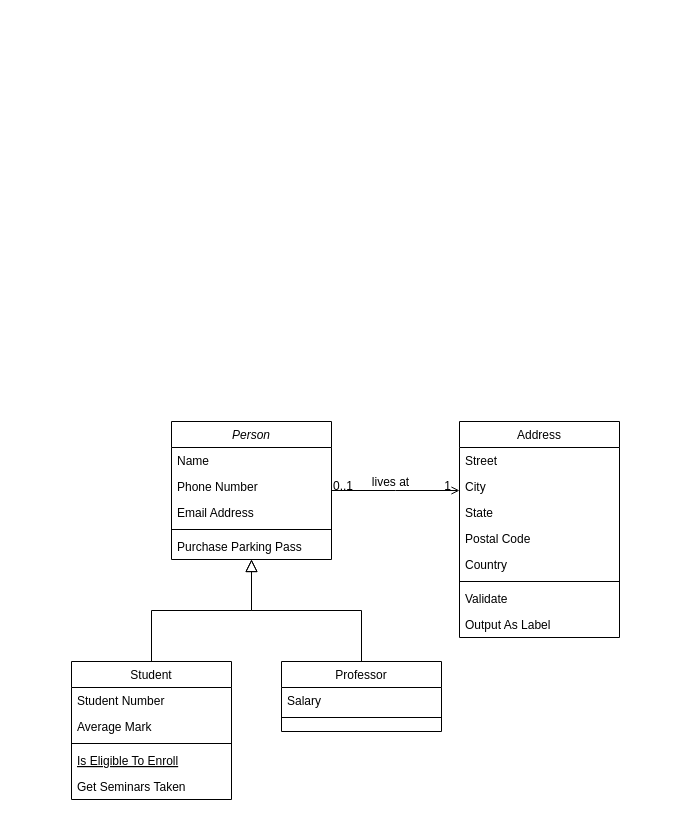
Linda0Sousa/RightTime keeps this draw.io diagram as ClassDiagram.drawio. Above is the earlier version. Source tidied: cells renumbered, new cells numbered last; positions are measured from the earlier drawing's top-left corner, leaving out a move shared by most shapes. Both pictures are drawn from the tidied source at 100%, with x=0, y=0 at pixel (71, 421).
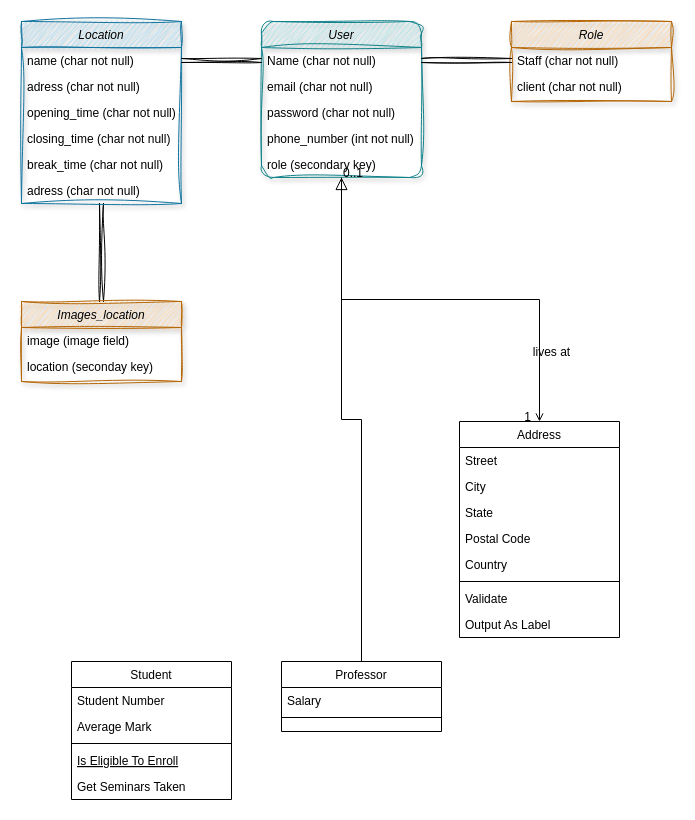
The same page after the edit.

The change refers to these unchanged cells:
```xml
<mxCell id="8" value="Student" style="swimlane;fontStyle=0;align=center;verticalAlign=top;horizontal=1;startSize=26;rounded=0;shadow=0;strokeWidth=1;" parent="1" vertex="1">
  <mxGeometry y="240" width="160" height="138" as="geometry" />
</mxCell>
```

Change to the diagram source:
```diff
@@
-    <mxCell id="2" value="Person" style="swimlane;fontStyle=2;align=center;verticalAlign=top;horizontal=1;startSize=26;rounded=0;shadow=0;strokeWidth=1;" parent="1" vertex="1">
-      <mxGeometry x="100" width="160" height="138" as="geometry" />
+    <mxCell id="2" value="User" style="swimlane;fontStyle=2;align=center;verticalAlign=top;horizontal=1;startSize=26;rounded=1;shadow=1;strokeWidth=1;fillColor=#b0e3e6;strokeColor=#0e8088;gradientColor=none;fillStyle=zigzag;sketch=1;curveFitting=1;jiggle=2;glass=0;" parent="1" vertex="1">
+      <mxGeometry x="190" y="-400" width="160" height="156" as="geometry" />
     </mxCell>
-    <mxCell id="3" value="Name" style="text;align=left;verticalAlign=top;spacingLeft=4;spacingRight=4;overflow=hidden;points=[[0,0.5],[1,0.5]];portConstraint=eastwest;" parent="2" vertex="1">
+    <mxCell id="3" value="Name (char not null)" style="text;align=left;verticalAlign=top;spacingLeft=4;spacingRight=4;overflow=hidden;points=[[0,0.5],[1,0.5]];portConstraint=eastwest;" parent="2" vertex="1">
       <mxGeometry y="26" width="160" height="26" as="geometry" />
     </mxCell>
-    <mxCell id="4" value="Phone Number" style="text;align=left;verticalAlign=top;spacingLeft=4;spacingRight=4;overflow=hidden;rounded=0;shadow=0;html=0;" parent="2" vertex="1">
+    <mxCell id="4" value="email (char not null)" style="text;align=left;verticalAlign=top;spacingLeft=4;spacingRight=4;overflow=hidden;rounded=0;shadow=0;html=0;" parent="2" vertex="1">
       <mxGeometry y="52" width="160" height="26" as="geometry" />
     </mxCell>
-    <mxCell id="5" value="Email Address" style="text;align=left;verticalAlign=top;spacingLeft=4;spacingRight=4;overflow=hidden;rounded=0;shadow=0;html=0;" parent="2" vertex="1">
+    <mxCell id="5" value="password (char not null)" style="text;align=left;verticalAlign=top;spacingLeft=4;spacingRight=4;overflow=hidden;rounded=0;shadow=0;html=0;" parent="2" vertex="1">
       <mxGeometry y="78" width="160" height="26" as="geometry" />
     </mxCell>
-    <mxCell id="6" style="line;html=1;strokeWidth=1;align=left;verticalAlign=middle;spacingTop=-1;spacingLeft=3;spacingRight=3;labelPosition=right;" parent="2" vertex="1">
-      <mxGeometry y="104" width="160" height="8" as="geometry" />
-    </mxCell>
-    <mxCell id="7" value="Purchase Parking Pass" style="text;align=left;verticalAlign=top;spacingLeft=4;spacingRight=4;overflow=hidden;" parent="2" vertex="1">
-      <mxGeometry y="112" width="160" height="26" as="geometry" />
+    <mxCell id="7" value="phone_number (int not null)" style="text;align=left;verticalAlign=top;spacingLeft=4;spacingRight=4;overflow=hidden;" parent="2" vertex="1">
+      <mxGeometry y="104" width="160" height="26" as="geometry" />
     </mxCell>
+    <mxCell id="32" value="role (secondary key)" style="text;align=left;verticalAlign=top;spacingLeft=4;spacingRight=4;overflow=hidden;" parent="2" vertex="1">
+      <mxGeometry y="130" width="160" height="26" as="geometry" />
+    </mxCell>
@@
-    <mxCell id="14" style="endArrow=block;endSize=10;endFill=0;shadow=0;strokeWidth=1;rounded=0;curved=0;edgeStyle=elbowEdgeStyle;elbow=vertical;" parent="1" edge="1" source="8" target="2">
-      <mxGeometry relative="1" as="geometry" />
-    </mxCell>
@@
+    <mxCell id="33" value="Role" style="swimlane;fontStyle=2;align=center;verticalAlign=top;horizontal=1;startSize=26;rounded=0;shadow=1;strokeWidth=1;fillColor=#fad7ac;strokeColor=#b46504;fillStyle=zigzag;sketch=1;curveFitting=1;jiggle=2;" parent="1" vertex="1">
+      <mxGeometry x="440" y="-400" width="160" height="80" as="geometry" />
+    </mxCell>
+    <mxCell id="34" value="Staff (char not null)" style="text;align=left;verticalAlign=top;spacingLeft=4;spacingRight=4;overflow=hidden;points=[[0,0.5],[1,0.5]];portConstraint=eastwest;" parent="33" vertex="1">
+      <mxGeometry y="26" width="160" height="26" as="geometry" />
+    </mxCell>
+    <mxCell id="35" value="client (char not null)" style="text;align=left;verticalAlign=top;spacingLeft=4;spacingRight=4;overflow=hidden;rounded=0;shadow=0;html=0;" parent="33" vertex="1">
+      <mxGeometry y="52" width="160" height="26" as="geometry" />
+    </mxCell>
+    <mxCell id="36" style="edgeStyle=orthogonalEdgeStyle;rounded=0;jettySize=auto;html=1;entryX=1;entryY=0.5;entryDx=0;entryDy=0;jumpStyle=sharp;sketch=1;curveFitting=1;jiggle=2;flowAnimation=0;shape=link;" parent="1" edge="1" source="34" target="3">
+      <mxGeometry relative="1" as="geometry" />
+    </mxCell>
+    <mxCell id="37" style="edgeStyle=orthogonalEdgeStyle;rounded=0;jettySize=auto;html=1;sketch=1;curveFitting=1;jiggle=2;shape=link;" parent="1" edge="1" source="38" target="46">
+      <mxGeometry relative="1" as="geometry" />
+    </mxCell>
+    <mxCell id="38" value="Location" style="swimlane;fontStyle=2;align=center;verticalAlign=top;horizontal=1;startSize=26;rounded=0;shadow=1;strokeWidth=1;fillColor=#b1ddf0;strokeColor=#10739e;fillStyle=zigzag;sketch=1;curveFitting=1;jiggle=2;" parent="1" vertex="1">
+      <mxGeometry x="-50" y="-400" width="160" height="182" as="geometry" />
+    </mxCell>
+    <mxCell id="39" value="name (char not null)" style="text;align=left;verticalAlign=top;spacingLeft=4;spacingRight=4;overflow=hidden;points=[[0,0.5],[1,0.5]];portConstraint=eastwest;" parent="38" vertex="1">
+      <mxGeometry y="26" width="160" height="26" as="geometry" />
+    </mxCell>
+    <mxCell id="40" value="adress (char not null)" style="text;align=left;verticalAlign=top;spacingLeft=4;spacingRight=4;overflow=hidden;rounded=0;shadow=0;html=0;" parent="38" vertex="1">
+      <mxGeometry y="52" width="160" height="26" as="geometry" />
+    </mxCell>
+    <mxCell id="41" value="opening_time (char not null)" style="text;align=left;verticalAlign=top;spacingLeft=4;spacingRight=4;overflow=hidden;rounded=0;shadow=0;html=0;" parent="38" vertex="1">
+      <mxGeometry y="78" width="160" height="26" as="geometry" />
+    </mxCell>
+    <mxCell id="42" value="closing_time (char not null)" style="text;align=left;verticalAlign=top;spacingLeft=4;spacingRight=4;overflow=hidden;rounded=0;shadow=0;html=0;" parent="38" vertex="1">
+      <mxGeometry y="104" width="160" height="26" as="geometry" />
+    </mxCell>
+    <mxCell id="43" value="break_time (char not null)" style="text;align=left;verticalAlign=top;spacingLeft=4;spacingRight=4;overflow=hidden;rounded=0;shadow=0;html=0;" parent="38" vertex="1">
+      <mxGeometry y="130" width="160" height="26" as="geometry" />
+    </mxCell>
+    <mxCell id="44" value="adress (char not null)" style="text;align=left;verticalAlign=top;spacingLeft=4;spacingRight=4;overflow=hidden;rounded=0;shadow=0;html=0;" parent="38" vertex="1">
+      <mxGeometry y="156" width="160" height="26" as="geometry" />
+    </mxCell>
+    <mxCell id="45" style="edgeStyle=orthogonalEdgeStyle;rounded=0;jettySize=auto;html=1;sketch=1;curveFitting=1;jiggle=2;shape=link;" parent="1" edge="1" source="3" target="39">
+      <mxGeometry relative="1" as="geometry" />
+    </mxCell>
+    <mxCell id="46" value="Images_location" style="swimlane;fontStyle=2;align=center;verticalAlign=top;horizontal=1;startSize=26;rounded=0;shadow=1;strokeWidth=1;fillColor=#fad7ac;strokeColor=#b46504;fillStyle=zigzag;sketch=1;curveFitting=1;jiggle=2;" parent="1" vertex="1">
+      <mxGeometry x="-50" y="-120" width="160" height="80" as="geometry" />
+    </mxCell>
+    <mxCell id="47" value="image (image field)" style="text;align=left;verticalAlign=top;spacingLeft=4;spacingRight=4;overflow=hidden;" parent="46" vertex="1">
+      <mxGeometry y="26" width="160" height="26" as="geometry" />
+    </mxCell>
+    <mxCell id="48" value="location (seconday key)" style="text;align=left;verticalAlign=top;spacingLeft=4;spacingRight=4;overflow=hidden;rounded=0;shadow=0;html=0;" parent="46" vertex="1">
+      <mxGeometry y="52" width="160" height="26" as="geometry" />
+    </mxCell>
```
